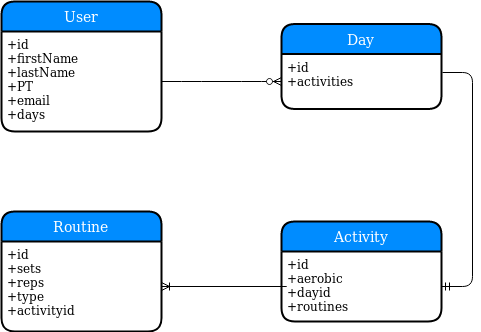
Above: diagrams_and_stuff/dbDiagram.png in Pepetti/PWP (draw.io), before the change. Source tidied: cells renumbered, new cells last; positions are measured from the earlier drawing's top-left corner, leaving out a move shared by most shapes. Its diagram source:
```xml
<mxGraphModel>
  <root>
    <mxCell id="0" />
    <mxCell id="1" parent="0" />
    <mxCell id="2" value="User" style="swimlane;horizontal=1;startSize=30;fillColor=#008cff;fontColor=#FFFFFF;rounded=1;fontSize=14;fontStyle=0;strokeWidth=2;shadow=0;dashed=0;align=center;" parent="1" vertex="1">
      <mxGeometry width="160" height="130" as="geometry" />
    </mxCell>
    <mxCell id="3" value="+id&#10;+firstName&#10;+lastName&#10;+PT&#10;+email&#10;+days" style="align=left;strokeColor=none;fillColor=none;spacingLeft=4;fontSize=12;verticalAlign=top;" parent="2" vertex="1">
      <mxGeometry y="30" width="160" height="100" as="geometry" />
    </mxCell>
    <mxCell id="4" value="Day" style="swimlane;horizontal=1;startSize=30;fillColor=#008cff;fontColor=#FFFFFF;rounded=1;fontSize=14;fontStyle=0;strokeWidth=2;shadow=0;dashed=0;align=center;" parent="1" vertex="1">
      <mxGeometry x="280" y="22.5" width="160" height="85" as="geometry" />
    </mxCell>
    <mxCell id="5" value="+id&#10;+activities&#10;" style="align=left;strokeColor=none;fillColor=none;spacingLeft=4;fontSize=12;verticalAlign=top;" parent="4" vertex="1">
      <mxGeometry y="30" width="160" height="55" as="geometry" />
    </mxCell>
    <mxCell id="6" style="edgeStyle=entityRelationEdgeStyle;fontSize=12;html=1;endArrow=ERzeroToMany;endFill=1;entryX=0;entryY=0.5;entryDx=0;entryDy=0;" parent="1" edge="1" source="3" target="5">
      <mxGeometry relative="1" as="geometry" />
    </mxCell>
    <mxCell id="7" value="Activity" style="swimlane;horizontal=1;startSize=30;fillColor=#008cff;fontColor=#FFFFFF;rounded=1;fontSize=14;fontStyle=0;strokeWidth=2;shadow=0;dashed=0;align=center;" parent="1" vertex="1">
      <mxGeometry x="280" y="220" width="160" height="100" as="geometry" />
    </mxCell>
    <mxCell id="8" value="+id&#10;+aerobic&#10;+dayid&#10;+routines&#10;" style="align=left;strokeColor=none;fillColor=none;spacingLeft=4;fontSize=12;verticalAlign=top;" parent="7" vertex="1">
      <mxGeometry y="30" width="160" height="70" as="geometry" />
    </mxCell>
    <mxCell id="9" style="edgeStyle=entityRelationEdgeStyle;fontSize=12;html=1;endArrow=ERmandOne;exitX=1.006;exitY=0.333;exitDx=0;exitDy=0;exitPerimeter=0;" parent="1" edge="1" source="5" target="8">
      <mxGeometry relative="1" as="geometry" />
    </mxCell>
    <mxCell id="10" value="Routine" style="swimlane;horizontal=1;startSize=30;fillColor=#008cff;fontColor=#FFFFFF;rounded=1;fontSize=14;fontStyle=0;strokeWidth=2;shadow=0;dashed=0;align=center;" parent="1" vertex="1">
      <mxGeometry y="210" width="160" height="120" as="geometry" />
    </mxCell>
    <mxCell id="11" value="+id&#10;+sets&#10;+reps&#10;+type&#10;+activityid&#10;" style="align=left;strokeColor=none;fillColor=none;spacingLeft=4;fontSize=12;verticalAlign=top;" parent="10" vertex="1">
      <mxGeometry y="30" width="160" height="90" as="geometry" />
    </mxCell>
    <mxCell id="12" style="edgeStyle=entityRelationEdgeStyle;fontSize=12;html=1;endArrow=ERoneToMany;" parent="1" edge="1" target="11">
      <mxGeometry relative="1" as="geometry">
        <mxPoint x="260" y="285" as="sourcePoint" />
      </mxGeometry>
    </mxCell>
  </root>
</mxGraphModel>
```
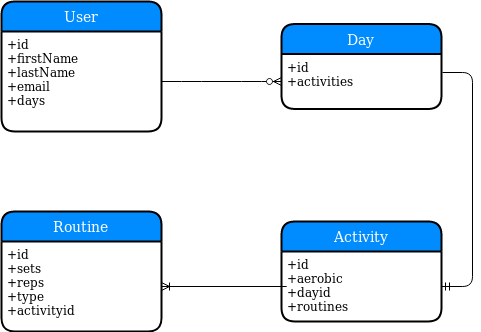
The same file after the commit.

Commit message:
up to date DB diagram

Diff of the diagram source:
```diff
@@ -5,7 +5,7 @@
     <mxCell id="2" value="User" style="swimlane;horizontal=1;startSize=30;fillColor=#008cff;fontColor=#FFFFFF;rounded=1;fontSize=14;fontStyle=0;strokeWidth=2;shadow=0;dashed=0;align=center;" parent="1" vertex="1">
       <mxGeometry width="160" height="130" as="geometry" />
     </mxCell>
-    <mxCell id="3" value="+id&#10;+firstName&#10;+lastName&#10;+PT&#10;+email&#10;+days" style="align=left;strokeColor=none;fillColor=none;spacingLeft=4;fontSize=12;verticalAlign=top;" parent="2" vertex="1">
+    <mxCell id="3" value="+id&#10;+firstName&#10;+lastName&#10;+email&#10;+days" style="align=left;strokeColor=none;fillColor=none;spacingLeft=4;fontSize=12;verticalAlign=top;" parent="2" vertex="1">
       <mxGeometry y="30" width="160" height="100" as="geometry" />
     </mxCell>
     <mxCell id="4" value="Day" style="swimlane;horizontal=1;startSize=30;fillColor=#008cff;fontColor=#FFFFFF;rounded=1;fontSize=14;fontStyle=0;strokeWidth=2;shadow=0;dashed=0;align=center;" parent="1" vertex="1">
```
